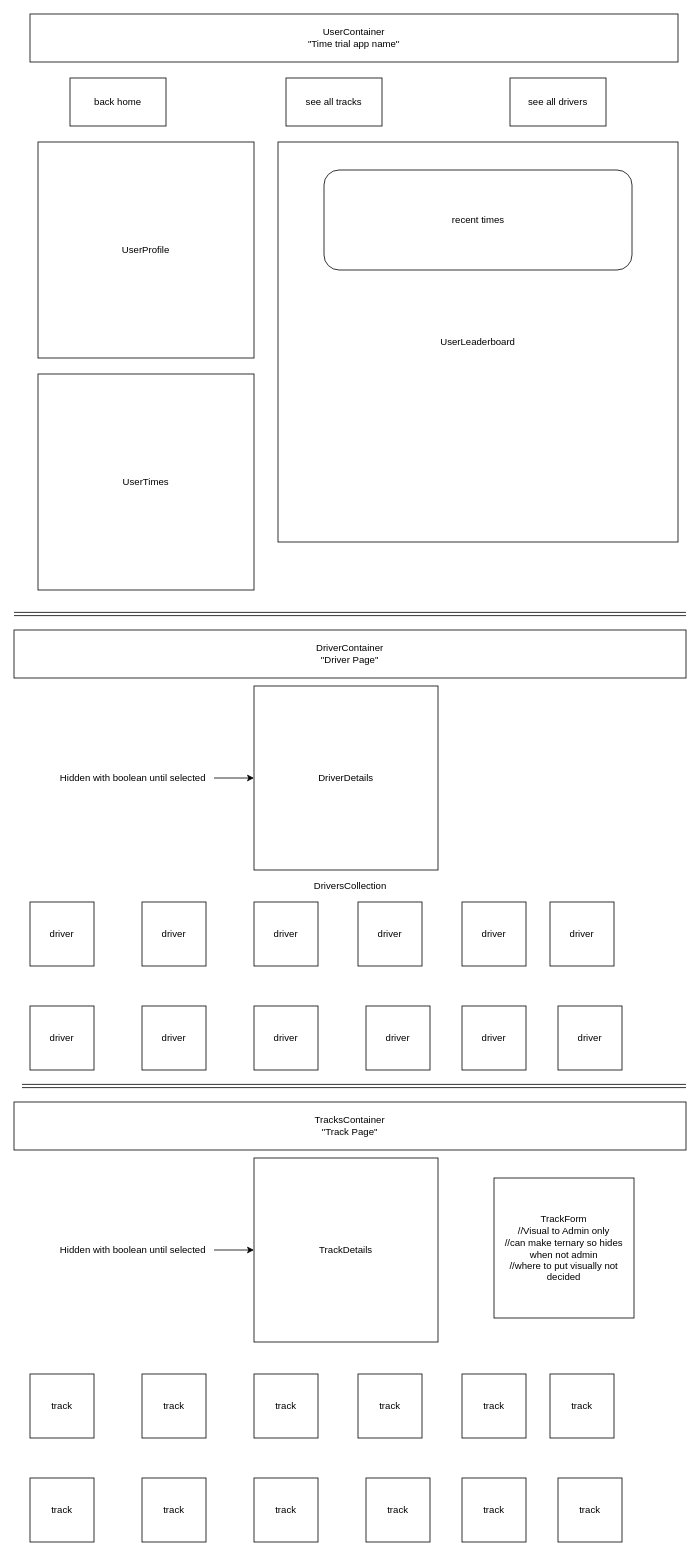
Earlier version of the draw.io diagram src/components/WireframeUI.drawio (Makomanix/phase-4-frontend-project). Source tidied: cells renumbered, new cells numbered last; positions are measured from the earlier drawing's top-left corner, leaving out a move shared by most shapes. Both pictures are drawn from the tidied source at 80%, with x=0, y=0 at pixel (14, 14).
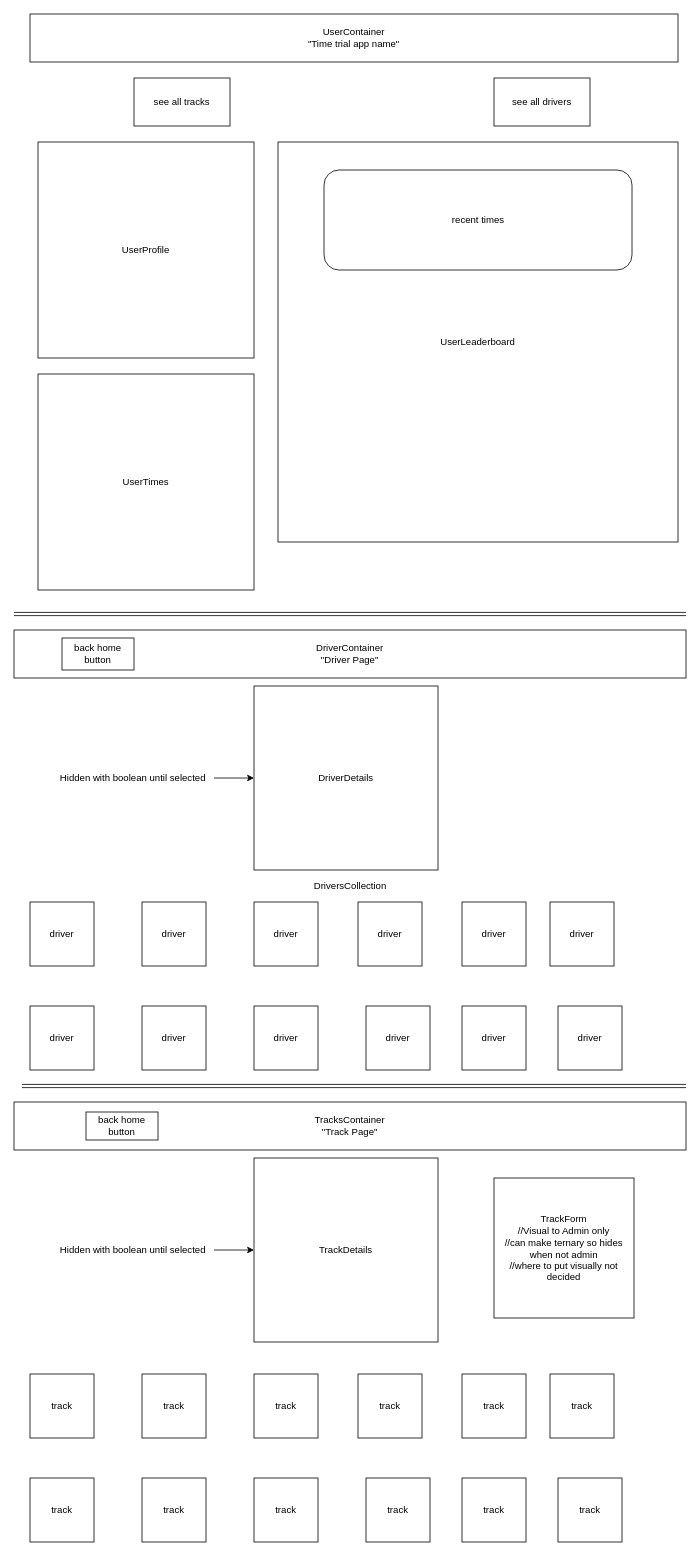
The same diagram, later.

What changed in the source:
```diff
@@
     <mxCell id="5" value="see all tracks" style="rounded=0;whiteSpace=wrap;html=1;" parent="1" vertex="1">
-      <mxGeometry x="340" y="80" width="120" height="60" as="geometry" />
+      <mxGeometry x="150" y="80" width="120" height="60" as="geometry" />
     </mxCell>
-    <mxCell id="6" value="back home" style="rounded=0;whiteSpace=wrap;html=1;" parent="1" vertex="1">
-      <mxGeometry x="70" y="80" width="120" height="60" as="geometry" />
-    </mxCell>
     <mxCell id="7" value="see all drivers" style="rounded=0;whiteSpace=wrap;html=1;" parent="1" vertex="1">
-      <mxGeometry x="620" y="80" width="120" height="60" as="geometry" />
+      <mxGeometry x="600" y="80" width="120" height="60" as="geometry" />
     </mxCell>
@@
+    <mxCell id="46" value="back home button" style="rounded=0;whiteSpace=wrap;html=1;" parent="1" vertex="1">
+      <mxGeometry x="60" y="780" width="90" height="40" as="geometry" />
+    </mxCell>
+    <mxCell id="47" value="back home button" style="rounded=0;whiteSpace=wrap;html=1;" parent="1" vertex="1">
+      <mxGeometry x="90" y="1372.5" width="90" height="35" as="geometry" />
+    </mxCell>
```
